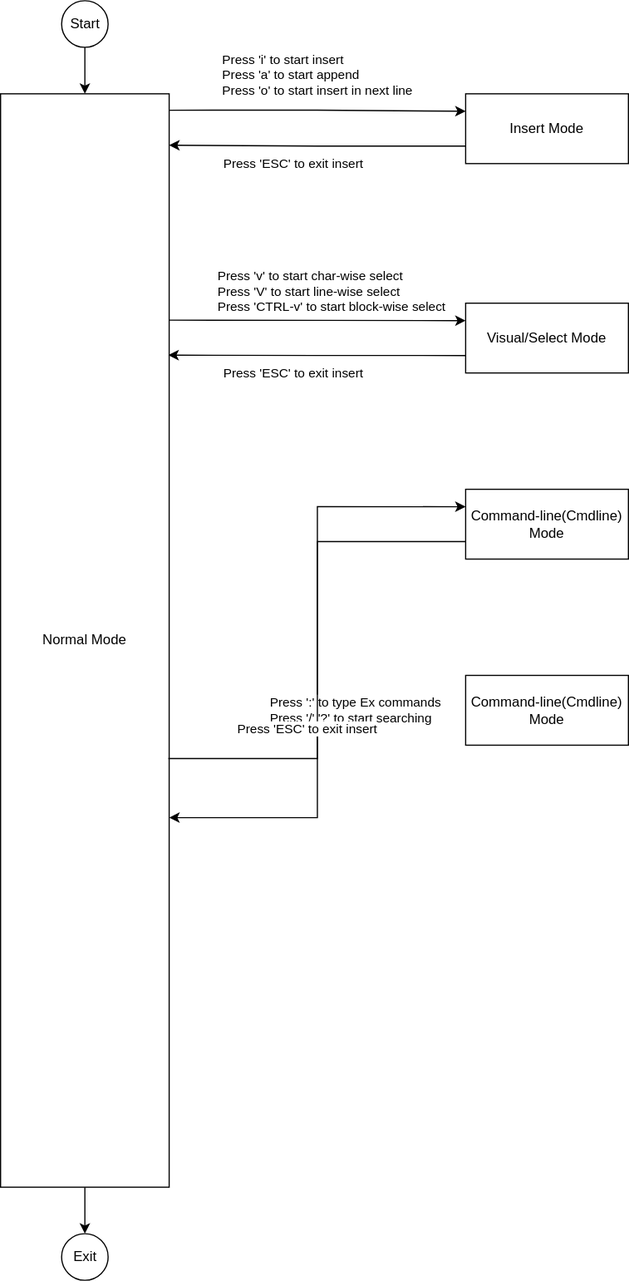
Above: images/5-EditingMode.1.drawio.svg in rsvim/rfc (draw.io), before the change. Source tidied: cells renumbered, new cells last; positions are measured from the earlier drawing's top-left corner, leaving out a move shared by most shapes.
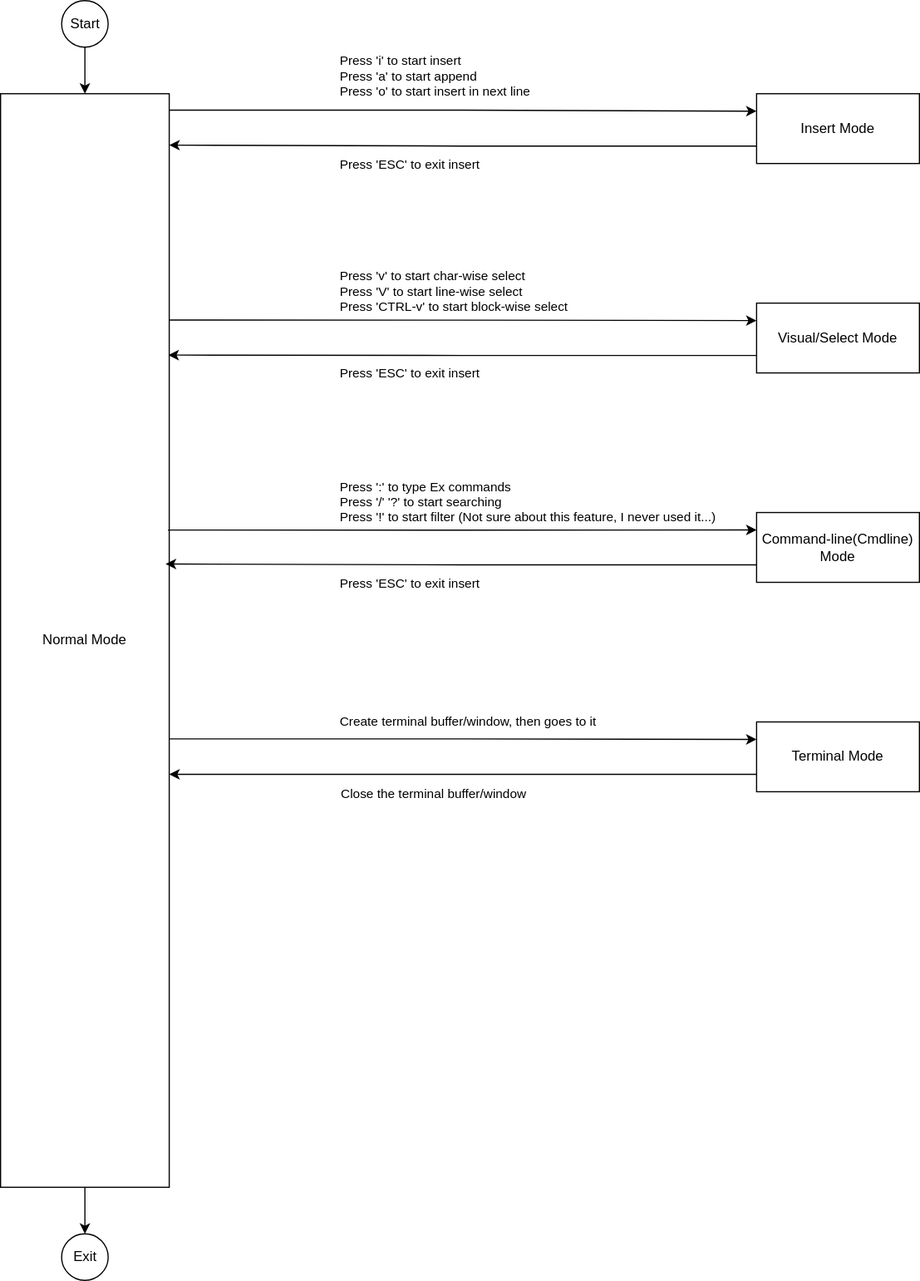
The same file after the commit.

Diff of the diagram source:
```diff
@@ -7,7 +7,7 @@
     </mxCell>
     <mxCell id="3" value="Press 'i' to start insert&amp;nbsp;&lt;div&gt;&lt;span style=&quot;background-color: light-dark(#ffffff, var(--ge-dark-color, #121212)); color: light-dark(rgb(0, 0, 0), rgb(255, 255, 255));&quot;&gt;Press 'a' to start append&lt;/span&gt;&lt;/div&gt;&lt;div&gt;&lt;span style=&quot;background-color: light-dark(#ffffff, var(--ge-dark-color, #121212)); color: light-dark(rgb(0, 0, 0), rgb(255, 255, 255));&quot;&gt;Press 'o' to start insert in next line&lt;/span&gt;&lt;/div&gt;" style="edgeLabel;html=1;align=left;verticalAlign=middle;" parent="2" vertex="1">
       <mxGeometry x="-0.33" y="-1" relative="1" as="geometry">
-        <mxPoint x="-41" y="-31" as="offset" />
+        <mxPoint x="-25" y="-31" as="offset" />
       </mxGeometry>
     </mxCell>
     <mxCell id="4" style="edgeStyle=orthogonalEdgeStyle;rounded=0;jettySize=auto;html=1;entryX=0;entryY=0.25;entryDx=0;entryDy=0;exitX=0.991;exitY=0.207;exitDx=0;exitDy=0;exitPerimeter=0;" parent="1" edge="1" source="7" target="13">
@@ -15,7 +15,7 @@
     </mxCell>
     <mxCell id="5" value="Press 'v' to start char-wise select&lt;div&gt;Press 'V' to start line-wise select&lt;/div&gt;&lt;div&gt;Press 'CTRL-v' to start block-wise select&lt;/div&gt;" style="edgeLabel;html=1;align=left;verticalAlign=middle;" parent="4" vertex="1">
       <mxGeometry x="-0.39" y="-1" relative="1" as="geometry">
-        <mxPoint x="-37" y="-26" as="offset" />
+        <mxPoint x="-9" y="-26" as="offset" />
       </mxGeometry>
     </mxCell>
     <mxCell id="6" style="edgeStyle=orthogonalEdgeStyle;rounded=0;jettySize=auto;html=1;entryX=0.5;entryY=0;entryDx=0;entryDy=0;" parent="1" edge="1" source="7" target="17">
@@ -35,47 +35,65 @@
     </mxCell>
     <mxCell id="11" value="Press 'ESC' to exit insert" style="edgeLabel;html=1;align=left;verticalAlign=middle;" parent="10" vertex="1">
       <mxGeometry x="0.11" y="-1" relative="1" as="geometry">
-        <mxPoint x="-69" y="16" as="offset" />
+        <mxPoint x="-81" y="17" as="offset" />
       </mxGeometry>
     </mxCell>
     <mxCell id="12" value="Insert Mode" style="rounded=0;whiteSpace=wrap;html=1;" parent="1" vertex="1">
-      <mxGeometry x="400" y="80" width="140" height="60" as="geometry" />
+      <mxGeometry x="650" y="80" width="140" height="60" as="geometry" />
     </mxCell>
     <mxCell id="13" value="Visual/Select Mode" style="rounded=0;whiteSpace=wrap;html=1;" parent="1" vertex="1">
-      <mxGeometry x="400" y="260" width="140" height="60" as="geometry" />
+      <mxGeometry x="650" y="260" width="140" height="60" as="geometry" />
     </mxCell>
     <mxCell id="14" style="edgeStyle=orthogonalEdgeStyle;rounded=0;jettySize=auto;html=1;exitX=0;exitY=0.75;exitDx=0;exitDy=0;entryX=0.995;entryY=0.239;entryDx=0;entryDy=0;entryPerimeter=0;" parent="1" edge="1" source="13" target="7">
       <mxGeometry relative="1" as="geometry" />
     </mxCell>
     <mxCell id="15" value="Press 'ESC' to exit insert" style="edgeLabel;html=1;align=left;verticalAlign=middle;" parent="14" vertex="1">
       <mxGeometry x="0.11" y="-1" relative="1" as="geometry">
-        <mxPoint x="-69" y="16" as="offset" />
+        <mxPoint x="-80" y="16" as="offset" />
       </mxGeometry>
     </mxCell>
     <mxCell id="16" value="Command-line(Cmdline) Mode" style="rounded=0;whiteSpace=wrap;html=1;" parent="1" vertex="1">
-      <mxGeometry x="400" y="420" width="140" height="60" as="geometry" />
+      <mxGeometry x="650" y="440" width="140" height="60" as="geometry" />
     </mxCell>
     <mxCell id="17" value="Exit" style="ellipse;whiteSpace=wrap;html=1;" parent="1" vertex="1">
       <mxGeometry x="52.5" y="1060" width="40" height="40" as="geometry" />
     </mxCell>
-    <mxCell id="18" style="edgeStyle=orthogonalEdgeStyle;rounded=0;jettySize=auto;html=1;exitX=0.995;exitY=0.608;exitDx=0;exitDy=0;exitPerimeter=0;entryX=0;entryY=0.25;entryDx=0;entryDy=0;" parent="1" edge="1" source="7" target="16">
+    <mxCell id="18" style="edgeStyle=orthogonalEdgeStyle;rounded=0;jettySize=auto;html=1;exitX=0.993;exitY=0.399;exitDx=0;exitDy=0;exitPerimeter=0;entryX=0;entryY=0.25;entryDx=0;entryDy=0;" parent="1" edge="1" source="7" target="16">
       <mxGeometry relative="1" as="geometry" />
     </mxCell>
-    <mxCell id="19" value="Press ':' to type Ex commands&lt;div&gt;Press '/' '?' to start searching&lt;/div&gt;" style="edgeLabel;html=1;align=left;verticalAlign=middle;" parent="18" vertex="1">
+    <mxCell id="19" value="Press ':' to type Ex commands&lt;div&gt;Press '/' '?' to start searching&lt;br&gt;Press '!' to start filter (Not sure about this feature, I never used it...)&lt;/div&gt;" style="edgeLabel;html=1;align=left;verticalAlign=middle;" parent="18" vertex="1">
       <mxGeometry x="-0.39" y="-1" relative="1" as="geometry">
-        <mxPoint x="-43" y="-26" as="offset" />
+        <mxPoint x="-9" y="-26" as="offset" />
       </mxGeometry>
     </mxCell>
-    <mxCell id="20" style="edgeStyle=orthogonalEdgeStyle;rounded=0;jettySize=auto;html=1;entryX=1;entryY=0.662;entryDx=0;entryDy=0;entryPerimeter=0;exitX=0;exitY=0.75;exitDx=0;exitDy=0;" parent="1" edge="1" source="16" target="7">
+    <mxCell id="20" style="edgeStyle=orthogonalEdgeStyle;rounded=0;jettySize=auto;html=1;exitX=0;exitY=0.75;exitDx=0;exitDy=0;entryX=0.979;entryY=0.43;entryDx=0;entryDy=0;entryPerimeter=0;" parent="1" edge="1" source="16" target="7">
       <mxGeometry relative="1" as="geometry" />
     </mxCell>
     <mxCell id="21" value="Press 'ESC' to exit insert" style="edgeLabel;html=1;align=left;verticalAlign=middle;" parent="20" vertex="1">
       <mxGeometry x="0.11" y="-1" relative="1" as="geometry">
-        <mxPoint x="-69" y="16" as="offset" />
+        <mxPoint x="-79" y="17" as="offset" />
       </mxGeometry>
     </mxCell>
-    <mxCell id="22" value="Command-line(Cmdline) Mode" style="rounded=0;whiteSpace=wrap;html=1;" parent="1" vertex="1">
-      <mxGeometry x="400" y="580" width="140" height="60" as="geometry" />
+    <mxCell id="22" value="Terminal Mode" style="rounded=0;whiteSpace=wrap;html=1;" parent="1" vertex="1">
+      <mxGeometry x="650" y="620" width="140" height="60" as="geometry" />
     </mxCell>
+    <mxCell id="23" style="edgeStyle=orthogonalEdgeStyle;rounded=0;jettySize=auto;html=1;exitX=0.997;exitY=0.59;exitDx=0;exitDy=0;exitPerimeter=0;entryX=0;entryY=0.25;entryDx=0;entryDy=0;" parent="1" edge="1" source="7" target="22">
+      <mxGeometry relative="1" as="geometry" />
+    </mxCell>
+    <mxCell id="24" value="Create terminal buffer/window, then goes to it" style="edgeLabel;html=1;align=left;verticalAlign=middle;" parent="23" vertex="1">
+      <mxGeometry x="-0.39" y="-1" relative="1" as="geometry">
+        <mxPoint x="-9" y="-16" as="offset" />
+      </mxGeometry>
+    </mxCell>
+    <mxCell id="25" style="edgeStyle=orthogonalEdgeStyle;rounded=0;jettySize=auto;html=1;exitX=0;exitY=0.75;exitDx=0;exitDy=0;" parent="1" edge="1" source="22">
+      <mxGeometry relative="1" as="geometry">
+        <mxPoint x="145" y="665" as="targetPoint" />
+      </mxGeometry>
+    </mxCell>
+    <mxCell id="26" value="Close the terminal buffer/window" style="edgeLabel;html=1;align=left;verticalAlign=middle;" parent="25" vertex="1">
+      <mxGeometry x="0.11" y="-1" relative="1" as="geometry">
+        <mxPoint x="-79" y="17" as="offset" />
+      </mxGeometry>
+    </mxCell>
   </root>
 </mxGraphModel>
```
